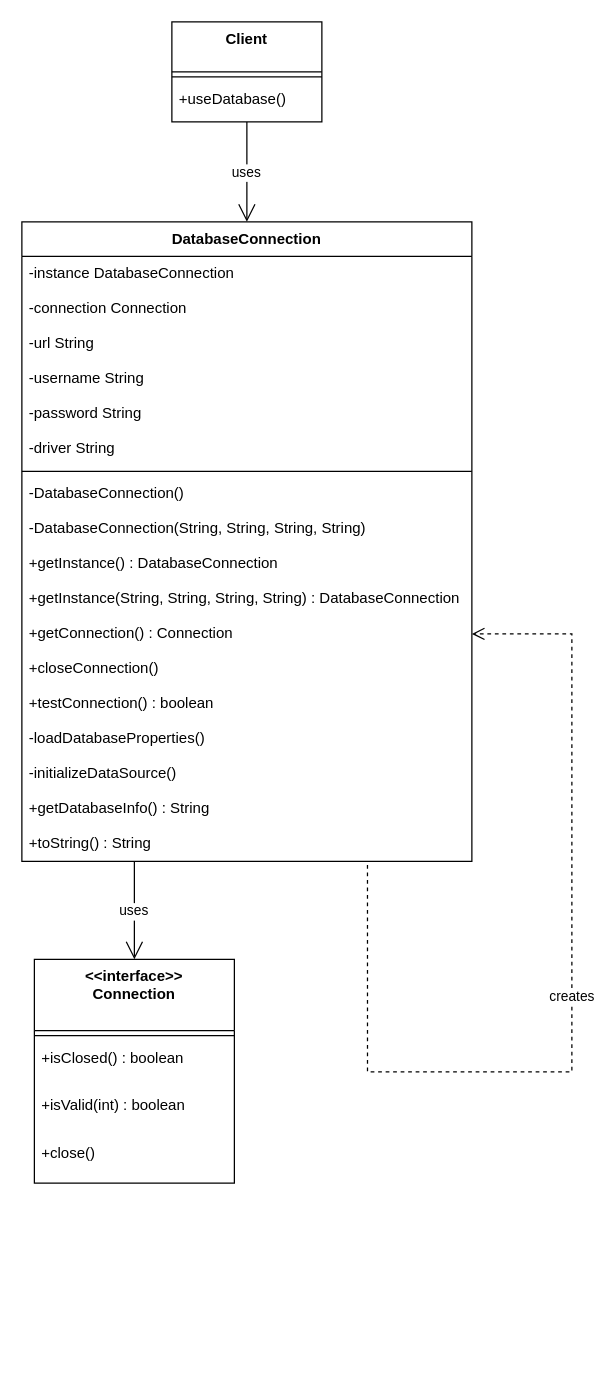
Above: uml/Singleton.drawio in TAAgnes3110/DesignPatterns (draw.io), before the change. Source tidied: cells renumbered, new cells numbered last; positions are measured from the earlier drawing's top-left corner, leaving out a move shared by most shapes. Both pictures are drawn from the tidied source at 125%, with x=0, y=0 at pixel (21, 21).
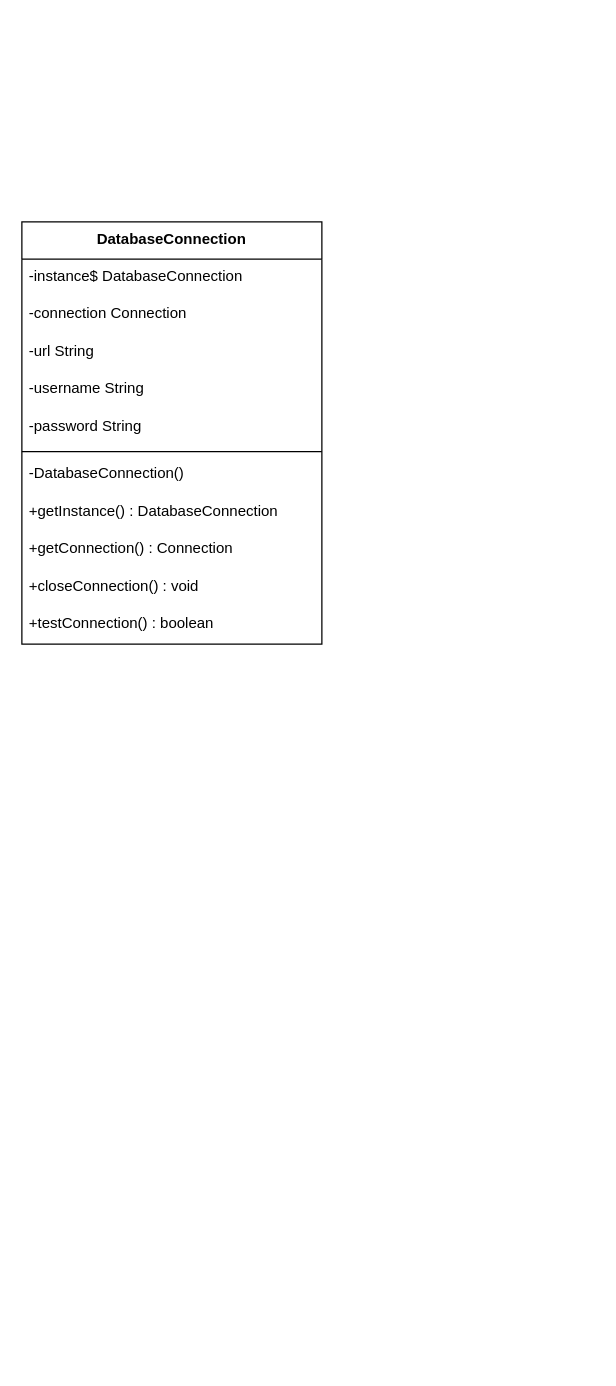
Above is the later version.

Diff of the diagram source:
```diff
@@
-    <mxCell id="2" value="DatabaseConnection" style="swimlane;fontStyle=1;align=center;verticalAlign=top;horizontal=1;startSize=27.555555555555557;" parent="1" vertex="1">
-      <mxGeometry y="160" width="360" height="511.6" as="geometry" />
+    <mxCell id="2" value="DatabaseConnection" style="swimlane;fontStyle=1;align=center;verticalAlign=top;horizontal=1;startSize=29.818181818181817;" parent="1" vertex="1">
+      <mxGeometry y="160" width="240" height="337.8" as="geometry" />
     </mxCell>
-    <mxCell id="3" value="-instance DatabaseConnection" style="text;strokeColor=none;fillColor=none;align=left;verticalAlign=top;spacingLeft=4;spacingRight=4;overflow=hidden;" parent="2" vertex="1">
-      <mxGeometry y="27.6" width="360" height="28" as="geometry" />
-    </mxCell>
+    <mxCell id="34" value="-instance$ DatabaseConnection" style="text;strokeColor=none;fillColor=none;align=left;verticalAlign=top;spacingLeft=4;spacingRight=4;overflow=hidden;" parent="2" vertex="1">
+      <mxGeometry y="29.8" width="240" height="30" as="geometry" />
+    </mxCell>
     <mxCell id="4" value="-connection Connection" style="text;strokeColor=none;fillColor=none;align=left;verticalAlign=top;spacingLeft=4;spacingRight=4;overflow=hidden;" parent="2" vertex="1">
-      <mxGeometry y="55.6" width="360" height="28" as="geometry" />
+      <mxGeometry y="59.8" width="240" height="30" as="geometry" />
     </mxCell>
     <mxCell id="5" value="-url String" style="text;strokeColor=none;fillColor=none;align=left;verticalAlign=top;spacingLeft=4;spacingRight=4;overflow=hidden;" parent="2" vertex="1">
-      <mxGeometry y="83.6" width="360" height="28" as="geometry" />
+      <mxGeometry y="89.8" width="240" height="30" as="geometry" />
     </mxCell>
     <mxCell id="6" value="-username String" style="text;strokeColor=none;fillColor=none;align=left;verticalAlign=top;spacingLeft=4;spacingRight=4;overflow=hidden;" parent="2" vertex="1">
-      <mxGeometry y="111.6" width="360" height="28" as="geometry" />
+      <mxGeometry y="119.8" width="240" height="30" as="geometry" />
     </mxCell>
     <mxCell id="7" value="-password String" style="text;strokeColor=none;fillColor=none;align=left;verticalAlign=top;spacingLeft=4;spacingRight=4;overflow=hidden;" parent="2" vertex="1">
-      <mxGeometry y="139.6" width="360" height="28" as="geometry" />
+      <mxGeometry y="149.8" width="240" height="30" as="geometry" />
     </mxCell>
-    <mxCell id="8" value="-driver String" style="text;strokeColor=none;fillColor=none;align=left;verticalAlign=top;spacingLeft=4;spacingRight=4;overflow=hidden;" parent="2" vertex="1">
-      <mxGeometry y="167.6" width="360" height="28" as="geometry" />
-    </mxCell>
-    <mxCell id="9" style="line;strokeWidth=1;fillColor=none;align=left;verticalAlign=middle;spacingTop=-1;spacingLeft=3;spacingRight=3;labelPosition=right;strokeColor=inherit;" parent="2" vertex="1">
-      <mxGeometry y="195.6" width="360" height="8" as="geometry" />
-    </mxCell>
+    <mxCell id="35" style="line;strokeWidth=1;fillColor=none;align=left;verticalAlign=middle;spacingTop=-1;spacingLeft=3;spacingRight=3;labelPosition=right;strokeColor=inherit;" parent="2" vertex="1">
+      <mxGeometry y="179.8" width="240" height="8" as="geometry" />
+    </mxCell>
     <mxCell id="10" value="-DatabaseConnection()" style="text;strokeColor=none;fillColor=none;align=left;verticalAlign=top;spacingLeft=4;spacingRight=4;overflow=hidden;" parent="2" vertex="1">
-      <mxGeometry y="203.6" width="360" height="28" as="geometry" />
+      <mxGeometry y="187.8" width="240" height="30" as="geometry" />
     </mxCell>
-    <mxCell id="11" value="-DatabaseConnection(String, String, String, String)" style="text;strokeColor=none;fillColor=none;align=left;verticalAlign=top;spacingLeft=4;spacingRight=4;overflow=hidden;" parent="2" vertex="1">
-      <mxGeometry y="231.6" width="360" height="28" as="geometry" />
-    </mxCell>
     <mxCell id="12" value="+getInstance() : DatabaseConnection" style="text;strokeColor=none;fillColor=none;align=left;verticalAlign=top;spacingLeft=4;spacingRight=4;overflow=hidden;" parent="2" vertex="1">
-      <mxGeometry y="259.6" width="360" height="28" as="geometry" />
+      <mxGeometry y="217.8" width="240" height="30" as="geometry" />
     </mxCell>
-    <mxCell id="13" value="+getInstance(String, String, String, String) : DatabaseConnection" style="text;strokeColor=none;fillColor=none;align=left;verticalAlign=top;spacingLeft=4;spacingRight=4;overflow=hidden;" parent="2" vertex="1">
-      <mxGeometry y="287.6" width="360" height="28" as="geometry" />
-    </mxCell>
     <mxCell id="14" value="+getConnection() : Connection" style="text;strokeColor=none;fillColor=none;align=left;verticalAlign=top;spacingLeft=4;spacingRight=4;overflow=hidden;points=[[0,0.5],[1,0.5]];portConstraint=eastwest;" parent="2" vertex="1">
-      <mxGeometry y="315.6" width="360" height="28" as="geometry" />
+      <mxGeometry y="247.8" width="240" height="30" as="geometry" />
     </mxCell>
-    <mxCell id="15" value="+closeConnection()" style="text;strokeColor=none;fillColor=none;align=left;verticalAlign=top;spacingLeft=4;spacingRight=4;overflow=hidden;" parent="2" vertex="1">
-      <mxGeometry y="343.6" width="360" height="28" as="geometry" />
-    </mxCell>
+    <mxCell id="36" value="+closeConnection() : void" style="text;strokeColor=none;fillColor=none;align=left;verticalAlign=top;spacingLeft=4;spacingRight=4;overflow=hidden;" parent="2" vertex="1">
+      <mxGeometry y="277.8" width="240" height="30" as="geometry" />
+    </mxCell>
     <mxCell id="16" value="+testConnection() : boolean" style="text;strokeColor=none;fillColor=none;align=left;verticalAlign=top;spacingLeft=4;spacingRight=4;overflow=hidden;" parent="2" vertex="1">
-      <mxGeometry y="371.6" width="360" height="28" as="geometry" />
+      <mxGeometry y="307.8" width="240" height="30" as="geometry" />
     </mxCell>
-    <mxCell id="17" value="-loadDatabaseProperties()" style="text;strokeColor=none;fillColor=none;align=left;verticalAlign=top;spacingLeft=4;spacingRight=4;overflow=hidden;" parent="2" vertex="1">
-      <mxGeometry y="399.6" width="360" height="28" as="geometry" />
-    </mxCell>
-    <mxCell id="18" value="-initializeDataSource()" style="text;strokeColor=none;fillColor=none;align=left;verticalAlign=top;spacingLeft=4;spacingRight=4;overflow=hidden;" parent="2" vertex="1">
-      <mxGeometry y="427.6" width="360" height="28" as="geometry" />
-    </mxCell>
-    <mxCell id="19" value="+getDatabaseInfo() : String" style="text;strokeColor=none;fillColor=none;align=left;verticalAlign=top;spacingLeft=4;spacingRight=4;overflow=hidden;" parent="2" vertex="1">
-      <mxGeometry y="455.6" width="360" height="28" as="geometry" />
-    </mxCell>
-    <mxCell id="20" value="+toString() : String" style="text;strokeColor=none;fillColor=none;align=left;verticalAlign=top;spacingLeft=4;spacingRight=4;overflow=hidden;points=[[0,0.5],[1,0.5]];portConstraint=eastwest;" parent="2" vertex="1">
-      <mxGeometry y="483.6" width="360" height="28" as="geometry" />
-    </mxCell>
-    <mxCell id="21" value="creates" style="html=1;verticalAlign=bottom;endArrow=open;dashed=1;endSize=8;rounded=0;exitX=0.768;exitY=1.104;exitDx=0;exitDy=0;exitPerimeter=0;entryX=1;entryY=0.5;entryDx=0;entryDy=0;edgeStyle=orthogonalEdgeStyle;" parent="2" edge="1" source="20" target="14">
-      <mxGeometry relative="1" as="geometry">
-        <Array as="points">
-          <mxPoint x="276" y="680" />
-          <mxPoint x="440" y="680" />
-          <mxPoint x="440" y="330" />
-        </Array>
-      </mxGeometry>
-    </mxCell>
-    <mxCell id="22" value="&lt;&lt;interface&gt;&gt;&#10;Connection" style="swimlane;fontStyle=1;align=center;verticalAlign=top;horizontal=1;startSize=57;" parent="1" vertex="1">
-      <mxGeometry x="10" y="750" width="160" height="179" as="geometry" />
-    </mxCell>
-    <mxCell id="23" style="line;strokeWidth=1;fillColor=none;align=left;verticalAlign=middle;spacingTop=-1;spacingLeft=3;spacingRight=3;labelPosition=right;strokeColor=inherit;" parent="22" vertex="1">
-      <mxGeometry y="57" width="160" height="8" as="geometry" />
-    </mxCell>
-    <mxCell id="24" value="+isClosed() : boolean" style="text;strokeColor=none;fillColor=none;align=left;verticalAlign=top;spacingLeft=4;spacingRight=4;overflow=hidden;" parent="22" vertex="1">
-      <mxGeometry y="65" width="160" height="38" as="geometry" />
-    </mxCell>
-    <mxCell id="25" value="+isValid(int) : boolean" style="text;strokeColor=none;fillColor=none;align=left;verticalAlign=top;spacingLeft=4;spacingRight=4;overflow=hidden;" parent="22" vertex="1">
-      <mxGeometry y="103" width="160" height="38" as="geometry" />
-    </mxCell>
-    <mxCell id="26" value="+close()" style="text;strokeColor=none;fillColor=none;align=left;verticalAlign=top;spacingLeft=4;spacingRight=4;overflow=hidden;" parent="22" vertex="1">
-      <mxGeometry y="141" width="160" height="38" as="geometry" />
-    </mxCell>
-    <mxCell id="27" value="Client" style="swimlane;fontStyle=1;align=center;verticalAlign=top;horizontal=1;startSize=40;" parent="1" vertex="1">
-      <mxGeometry x="120" width="120" height="80" as="geometry" />
-    </mxCell>
-    <mxCell id="28" style="line;strokeWidth=1;fillColor=none;align=left;verticalAlign=middle;spacingTop=-1;spacingLeft=3;spacingRight=3;labelPosition=right;strokeColor=inherit;" parent="27" vertex="1">
-      <mxGeometry y="40" width="120" height="8" as="geometry" />
-    </mxCell>
-    <mxCell id="29" value="+useDatabase()" style="text;strokeColor=none;fillColor=none;align=left;verticalAlign=top;spacingLeft=4;spacingRight=4;overflow=hidden;" parent="27" vertex="1">
-      <mxGeometry y="48" width="120" height="32" as="geometry" />
-    </mxCell>
-    <mxCell id="30" style="whiteSpace=wrap;strokeWidth=2;" parent="1" vertex="1">
-      <mxGeometry x="372" y="902" as="geometry" />
-    </mxCell>
-    <mxCell id="31" style="whiteSpace=wrap;strokeWidth=2;" parent="1" vertex="1">
-      <mxGeometry x="396" y="1073" as="geometry" />
-    </mxCell>
-    <mxCell id="32" value="uses" style="startArrow=none;endArrow=open;endSize=12;exitX=0.5;exitY=1;entryX=0.5;entryY=0;rounded=0;" parent="1" edge="1" source="27" target="2">
-      <mxGeometry relative="1" as="geometry" />
-    </mxCell>
-    <mxCell id="33" value="uses" style="startArrow=none;endArrow=open;endSize=12;exitX=0.25;exitY=1;entryX=0.5;entryY=0;rounded=0;" parent="1" edge="1" source="2" target="22">
-      <mxGeometry relative="1" as="geometry" />
-    </mxCell>
```
